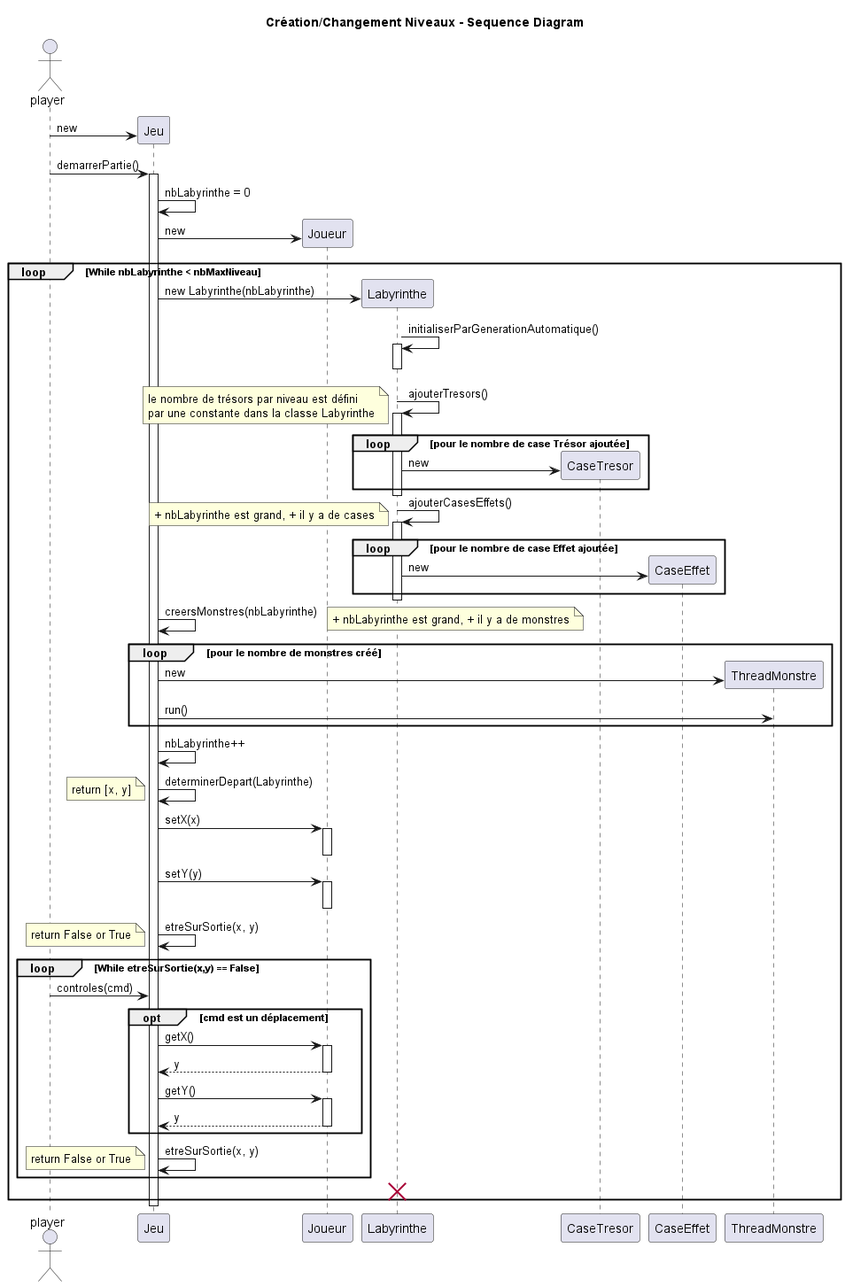
rzepka2u/ACL_daedalus keeps this PlantUML diagram as documents/sprint_1/diagramme_sequence/diagramme_creation_changement_niveau.png. Above is the earlier version.
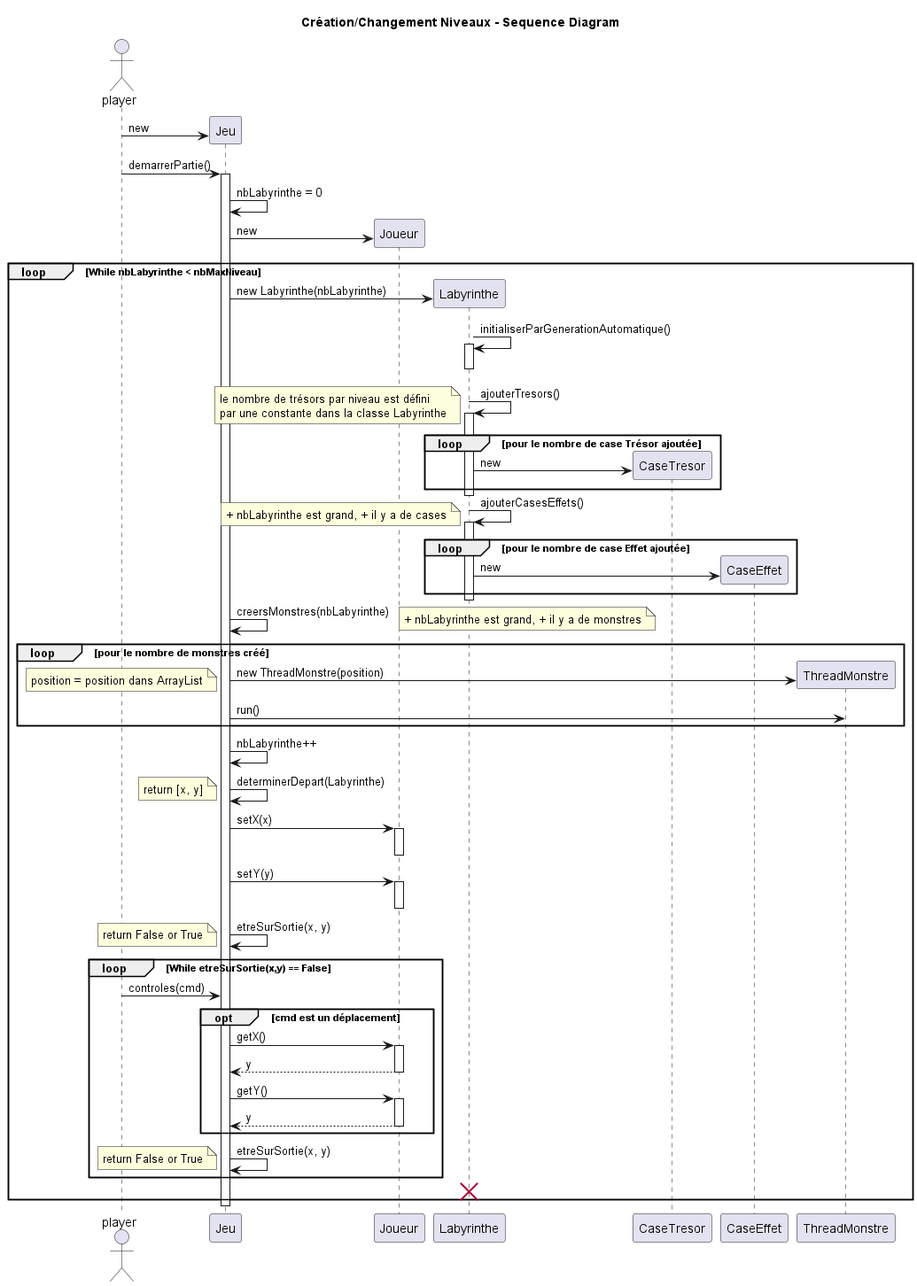
Above is the later version.

Commit message:
Mise à jour diagramme de classe

What changed in the source:
```diff
@@ -40,7 +40,8 @@
     note right: + nbLabyrinthe est grand, + il y a de monstres
     loop pour le nombre de monstres créé
         create ThreadMonstre
-        Jeu -> ThreadMonstre: new
+        Jeu -> ThreadMonstre: new ThreadMonstre(position)
+        note left: position = position dans ArrayList
         Jeu -> ThreadMonstre: run()
     end
     Jeu -> Jeu: nbLabyrinthe++
```
